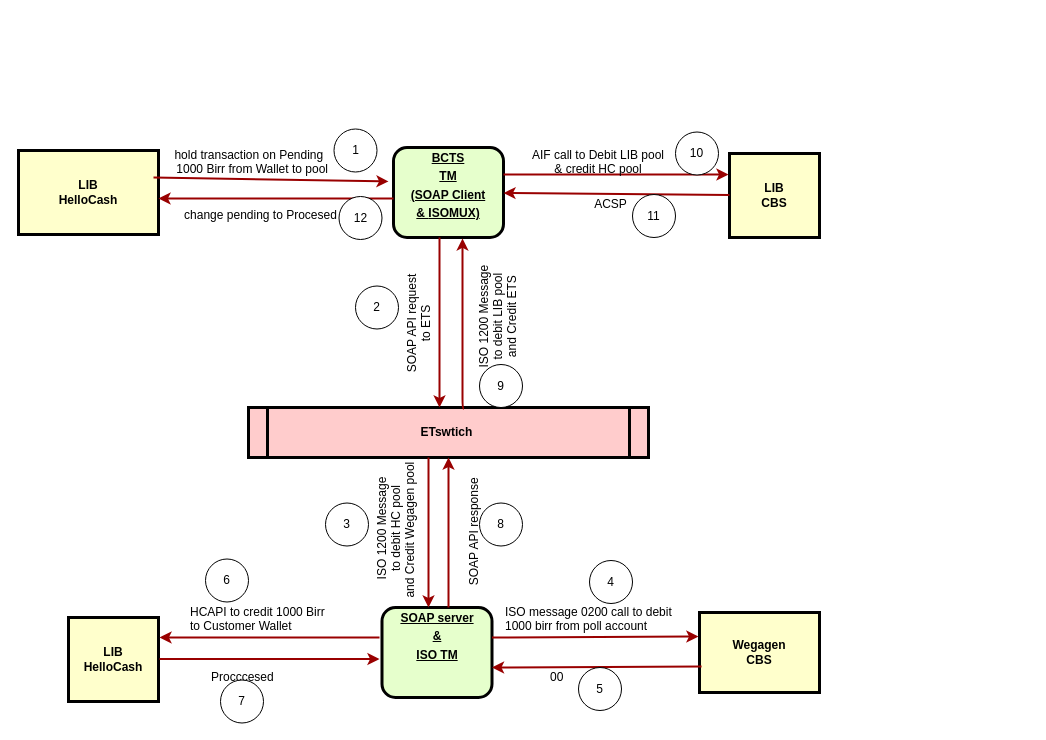
The draw.io diagram Untitled Diagram.drawio in asfaw66/habasha, before the edit. Source tidied: cells renumbered, new cells numbered last; positions are measured from the earlier drawing's top-left corner, leaving out a move shared by most shapes. Both pictures are drawn from the tidied source at 100%, with x=0, y=0 at pixel (18, 129).
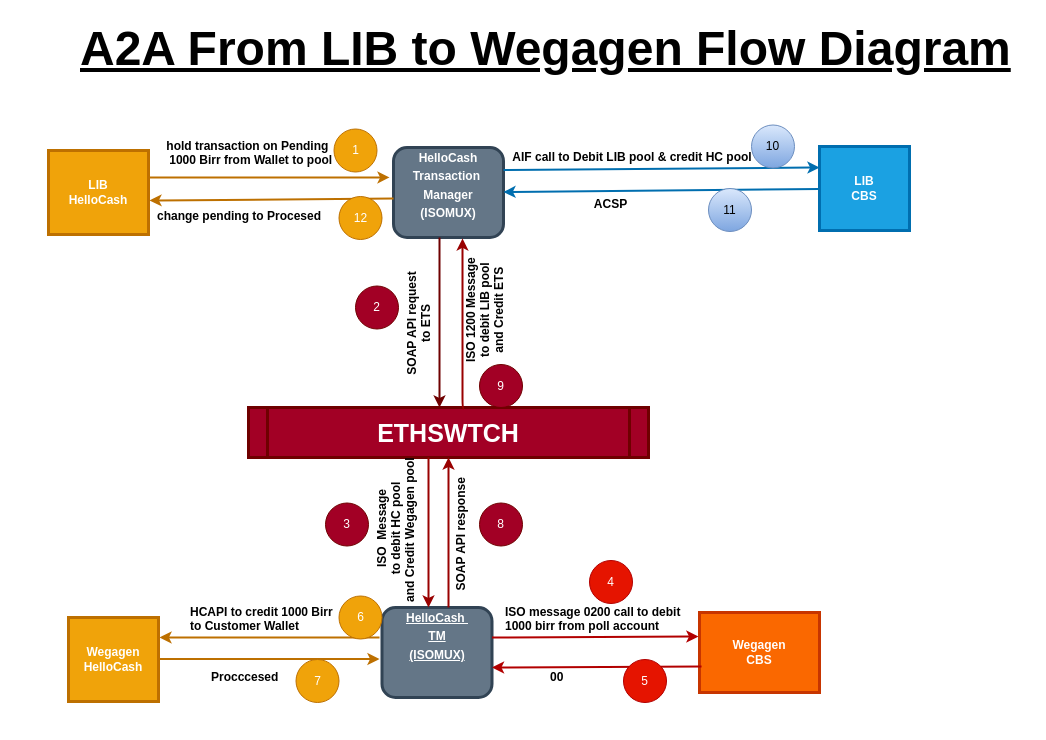
Above is the later version.

What changed in the source:
```diff
@@
-    <mxCell id="2" value="&lt;p style=&quot;margin: 0px ; margin-top: 4px ; text-align: center ; text-decoration: underline&quot;&gt;BCTS&lt;/p&gt;&lt;p style=&quot;margin: 0px ; margin-top: 4px ; text-align: center ; text-decoration: underline&quot;&gt;TM&lt;/p&gt;&lt;p style=&quot;margin: 0px ; margin-top: 4px ; text-align: center ; text-decoration: underline&quot;&gt;(SOAP Client&lt;/p&gt;&lt;p style=&quot;margin: 0px ; margin-top: 4px ; text-align: center ; text-decoration: underline&quot;&gt;&amp;amp;&amp;nbsp;&lt;span&gt;ISOMUX)&lt;/span&gt;&lt;/p&gt;" style="verticalAlign=middle;align=center;overflow=fill;fontSize=12;fontFamily=Helvetica;html=1;rounded=1;fontStyle=1;strokeWidth=3;fillColor=#E6FFCC;" parent="1" vertex="1">
+    <mxCell id="2" value="&lt;p style=&quot;margin: 4px 0px 0px ; text-align: center&quot;&gt;HelloCash&lt;/p&gt;&lt;p style=&quot;margin: 4px 0px 0px ; text-align: center&quot;&gt;Transaction&amp;nbsp;&lt;/p&gt;&lt;p style=&quot;margin: 4px 0px 0px ; text-align: center&quot;&gt;Manager&lt;/p&gt;&lt;p style=&quot;margin: 4px 0px 0px ; text-align: center&quot;&gt;(ISOMUX)&lt;/p&gt;" style="verticalAlign=middle;align=center;overflow=fill;fontSize=12;fontFamily=Helvetica;html=1;rounded=1;fontStyle=1;strokeWidth=3;fillColor=#647687;strokeColor=#314354;fontColor=#ffffff;" parent="1" vertex="1">
       <mxGeometry x="375" y="18" width="110" height="90" as="geometry" />
     </mxCell>
-    <mxCell id="3" value="LIB&#10;HelloCash" style="whiteSpace=wrap;align=center;verticalAlign=middle;fontStyle=1;strokeWidth=3;fillColor=#FFFFCC;" parent="1" vertex="1">
-      <mxGeometry y="21" width="140" height="84" as="geometry" />
+    <mxCell id="3" value="LIB&#10;HelloCash" style="whiteSpace=wrap;align=center;verticalAlign=middle;fontStyle=1;strokeWidth=3;fillColor=#f0a30a;strokeColor=#BD7000;fontColor=#ffffff;" parent="1" vertex="1">
+      <mxGeometry x="30" y="21" width="100" height="84" as="geometry" />
     </mxCell>
-    <mxCell id="4" value="LIB&#10;CBS" style="whiteSpace=wrap;align=center;verticalAlign=middle;fontStyle=1;strokeWidth=3;fillColor=#FFFFCC;" parent="1" vertex="1">
-      <mxGeometry x="711" y="24" width="90" height="84" as="geometry" />
+    <mxCell id="4" value="LIB&#10;CBS" style="whiteSpace=wrap;align=center;verticalAlign=middle;fontStyle=1;strokeWidth=3;fillColor=#1ba1e2;strokeColor=#006EAF;fontColor=#ffffff;" parent="1" vertex="1">
+      <mxGeometry x="801" y="17" width="90" height="84" as="geometry" />
     </mxCell>
-    <mxCell id="5" value="ETswtich " style="shape=process;whiteSpace=wrap;align=center;verticalAlign=middle;size=0.0475;fontStyle=1;strokeWidth=3;fillColor=#FFCCCC;" parent="1" vertex="1">
+    <mxCell id="5" value="&#10;ETHSWTCH&#10;" style="shape=process;whiteSpace=wrap;align=center;verticalAlign=middle;size=0.0475;fontStyle=1;strokeWidth=3;fillColor=#a20025;strokeColor=#6F0000;fontColor=#ffffff;fontSize=25;" parent="1" vertex="1">
       <mxGeometry x="230" y="278" width="400" height="50" as="geometry" />
     </mxCell>
-    <mxCell id="6" style="edgeStyle=none;noEdgeStyle=1;strokeColor=#990000;strokeWidth=2;" parent="1" edge="1">
+    <mxCell id="6" style="edgeStyle=none;noEdgeStyle=1;strokeColor=#BD7000;strokeWidth=2;fillColor=#f0a30a;entryX=-0.036;entryY=0.333;entryDx=0;entryDy=0;entryPerimeter=0;" parent="1" edge="1" target="2">
       <mxGeometry relative="1" as="geometry">
-        <mxPoint x="135" y="48" as="sourcePoint" />
-        <mxPoint x="370" y="52" as="targetPoint" />
+        <mxPoint x="130" y="48" as="sourcePoint" />
       </mxGeometry>
     </mxCell>
-    <mxCell id="7" style="edgeStyle=none;noEdgeStyle=1;strokeColor=#990000;strokeWidth=2;" parent="1" edge="1" source="4" target="2">
+    <mxCell id="7" style="edgeStyle=none;noEdgeStyle=1;strokeColor=#006EAF;strokeWidth=2;fillColor=#1ba1e2;" parent="1" edge="1" source="4" target="2">
       <mxGeometry relative="1" as="geometry" />
     </mxCell>
-    <mxCell id="8" value="&lt;p style=&quot;margin: 0px ; margin-top: 4px ; text-align: center ; text-decoration: underline&quot;&gt;SOAP server&lt;/p&gt;&lt;p style=&quot;margin: 0px ; margin-top: 4px ; text-align: center ; text-decoration: underline&quot;&gt;&amp;amp;&lt;/p&gt;&lt;p style=&quot;margin: 0px ; margin-top: 4px ; text-align: center ; text-decoration: underline&quot;&gt;ISO TM&lt;/p&gt;" style="verticalAlign=middle;align=center;overflow=fill;fontSize=12;fontFamily=Helvetica;html=1;rounded=1;fontStyle=1;strokeWidth=3;fillColor=#E6FFCC;" parent="1" vertex="1">
+    <mxCell id="8" value="&lt;p style=&quot;margin: 0px ; margin-top: 4px ; text-align: center ; text-decoration: underline&quot;&gt;HelloCash&amp;nbsp;&lt;/p&gt;&lt;p style=&quot;margin: 0px ; margin-top: 4px ; text-align: center ; text-decoration: underline&quot;&gt;TM&lt;/p&gt;&lt;p style=&quot;margin: 0px ; margin-top: 4px ; text-align: center ; text-decoration: underline&quot;&gt;(ISOMUX)&lt;/p&gt;" style="verticalAlign=middle;align=center;overflow=fill;fontSize=12;fontFamily=Helvetica;html=1;rounded=1;fontStyle=1;strokeWidth=3;fillColor=#647687;strokeColor=#314354;fontColor=#ffffff;" parent="1" vertex="1">
       <mxGeometry x="363.5" y="478" width="110" height="90" as="geometry" />
     </mxCell>
-    <mxCell id="9" style="edgeStyle=elbowEdgeStyle;elbow=horizontal;strokeColor=#990000;strokeWidth=2;" parent="1" edge="1" source="2" target="5">
+    <mxCell id="9" style="edgeStyle=elbowEdgeStyle;elbow=horizontal;strokeColor=#6F0000;strokeWidth=2;fillColor=#a20025;" parent="1" edge="1" source="2" target="5">
       <mxGeometry relative="1" as="geometry">
         <Array as="points">
           <mxPoint x="421" y="188" />
           <mxPoint x="300" y="248" />
         </Array>
       </mxGeometry>
     </mxCell>
@@
-    <mxCell id="12" value="SOAP API response  " style="text;spacingTop=-5;align=center;rotation=-90;" parent="1" vertex="1">
-      <mxGeometry x="413" y="373.5" width="117" height="49" as="geometry" />
+    <mxCell id="12" value="SOAP API response  " style="text;spacingTop=-5;align=center;rotation=-90;fontStyle=1;" parent="1" vertex="1">
+      <mxGeometry x="400" y="376" width="117" height="49" as="geometry" />
     </mxCell>
-    <mxCell id="13" value="ISO 1200 Message &#10;to debit HC pool &#10;and Credit Wegagen pool " style="text;spacingTop=-5;align=center;rotation=-90;" parent="1" vertex="1">
+    <mxCell id="13" value="ISO  Message &#10;to debit HC pool &#10;and Credit Wegagen pool " style="text;spacingTop=-5;align=center;rotation=-90;fontStyle=1;" parent="1" vertex="1">
       <mxGeometry x="350" y="388" width="30" height="20" as="geometry" />
     </mxCell>
-    <mxCell id="14" style="edgeStyle=none;noEdgeStyle=1;strokeColor=#990000;strokeWidth=2;" parent="1" edge="1">
-      <mxGeometry relative="1" as="geometry">
-        <mxPoint x="485" y="45" as="sourcePoint" />
-        <mxPoint x="710" y="45" as="targetPoint" />
-      </mxGeometry>
+    <mxCell id="14" style="edgeStyle=none;noEdgeStyle=1;strokeColor=#006EAF;strokeWidth=2;fillColor=#1ba1e2;exitX=1;exitY=0.25;exitDx=0;exitDy=0;entryX=0;entryY=0.25;entryDx=0;entryDy=0;" parent="1" edge="1" source="2" target="4">
+      <mxGeometry relative="1" as="geometry" />
     </mxCell>
@@
-    <mxCell id="16" value="Wegagen&#10;CBS" style="whiteSpace=wrap;align=center;verticalAlign=middle;fontStyle=1;strokeWidth=3;fillColor=#FFFFCC;" parent="1" vertex="1">
+    <mxCell id="16" value="Wegagen&#10;CBS" style="whiteSpace=wrap;align=center;verticalAlign=middle;fontStyle=1;strokeWidth=3;fillColor=#fa6800;strokeColor=#C73500;fontColor=#ffffff;" parent="1" vertex="1">
       <mxGeometry x="681" y="483" width="120" height="80" as="geometry" />
     </mxCell>
-    <mxCell id="17" value="LIB&#10;HelloCash" style="whiteSpace=wrap;align=center;verticalAlign=middle;fontStyle=1;strokeWidth=3;fillColor=#FFFFCC;" parent="1" vertex="1">
+    <mxCell id="17" value="Wegagen&#10;HelloCash" style="whiteSpace=wrap;align=center;verticalAlign=middle;fontStyle=1;strokeWidth=3;fillColor=#f0a30a;strokeColor=#BD7000;fontColor=#ffffff;" parent="1" vertex="1">
       <mxGeometry x="50" y="488" width="90" height="84" as="geometry" />
     </mxCell>
-    <mxCell id="18" style="edgeStyle=none;noEdgeStyle=1;strokeColor=#990000;strokeWidth=2;exitX=0.017;exitY=0.675;exitDx=0;exitDy=0;exitPerimeter=0;" parent="1" edge="1" source="16">
+    <mxCell id="18" style="edgeStyle=none;noEdgeStyle=1;strokeColor=#B20000;strokeWidth=2;exitX=0.017;exitY=0.675;exitDx=0;exitDy=0;exitPerimeter=0;fillColor=#e51400;" parent="1" edge="1" source="16">
       <mxGeometry relative="1" as="geometry">
         <mxPoint x="473.5" y="538" as="targetPoint" />
       </mxGeometry>
     </mxCell>
-    <mxCell id="19" style="edgeStyle=none;noEdgeStyle=1;strokeColor=#990000;strokeWidth=2;" parent="1" edge="1">
+    <mxCell id="19" style="edgeStyle=none;noEdgeStyle=1;strokeColor=#BD7000;strokeWidth=2;fillColor=#f0a30a;" parent="1" edge="1">
       <mxGeometry relative="1" as="geometry">
         <mxPoint x="361" y="508" as="sourcePoint" />
         <mxPoint x="141" y="508" as="targetPoint" />
       </mxGeometry>
     </mxCell>
-    <mxCell id="20" style="edgeStyle=none;noEdgeStyle=1;strokeColor=#990000;strokeWidth=2;entryX=1.026;entryY=1.133;entryDx=0;entryDy=0;entryPerimeter=0;" parent="1" edge="1" target="24">
+    <mxCell id="20" style="edgeStyle=none;noEdgeStyle=1;strokeColor=#B20000;strokeWidth=2;entryX=1.026;entryY=1.133;entryDx=0;entryDy=0;entryPerimeter=0;fillColor=#e51400;" parent="1" edge="1" target="24">
       <mxGeometry relative="1" as="geometry">
         <mxPoint x="473.5" y="508" as="sourcePoint" />
       </mxGeometry>
     </mxCell>
-    <mxCell id="21" style="edgeStyle=none;noEdgeStyle=1;strokeColor=#990000;strokeWidth=2;" parent="1" edge="1">
+    <mxCell id="21" style="edgeStyle=none;noEdgeStyle=1;strokeColor=#BD7000;strokeWidth=2;fillColor=#f0a30a;" parent="1" edge="1">
       <mxGeometry relative="1" as="geometry">
         <mxPoint x="141" y="529.5" as="sourcePoint" />
         <mxPoint x="361" y="529.5" as="targetPoint" />
       </mxGeometry>
     </mxCell>
-    <mxCell id="22" style="edgeStyle=none;noEdgeStyle=1;strokeColor=#990000;strokeWidth=2;" parent="1" edge="1">
+    <mxCell id="22" style="edgeStyle=none;noEdgeStyle=1;strokeColor=#BD7000;strokeWidth=2;fillColor=#f0a30a;entryX=1.01;entryY=0.595;entryDx=0;entryDy=0;entryPerimeter=0;" parent="1" edge="1" target="3">
       <mxGeometry relative="1" as="geometry">
         <mxPoint x="375" y="69.1" as="sourcePoint" />
-        <mxPoint x="140" y="69" as="targetPoint" />
       </mxGeometry>
     </mxCell>
-    <mxCell id="23" value="SOAP API request&#10; to ETS " style="text;spacingTop=-5;align=center;direction=north;rotation=-90;" parent="1" vertex="1">
+    <mxCell id="23" value="SOAP API request&#10; to ETS " style="text;spacingTop=-5;align=center;direction=north;rotation=-90;fontStyle=1;" parent="1" vertex="1">
       <mxGeometry x="390" y="178" width="20" height="30" as="geometry" />
     </mxCell>
-    <mxCell id="24" value="ISO message 0200 call to debit&amp;nbsp;&lt;br&gt;1000 birr from poll account" style="text;html=1;points=[];align=left;verticalAlign=top;spacingTop=-4;" parent="1" vertex="1">
+    <mxCell id="24" value="&lt;b&gt;ISO message 0200 call to debit&amp;nbsp;&lt;br&gt;1000 birr from poll account&lt;/b&gt;" style="text;html=1;points=[];align=left;verticalAlign=top;spacingTop=-4;" parent="1" vertex="1">
       <mxGeometry x="485" y="473" width="190" height="30" as="geometry" />
     </mxCell>
-    <mxCell id="25" value="00" style="text;html=1;align=left;verticalAlign=top;spacingTop=-4;" parent="1" vertex="1">
+    <mxCell id="25" value="&lt;b&gt;00&lt;/b&gt;" style="text;html=1;align=left;verticalAlign=top;spacingTop=-4;" parent="1" vertex="1">
       <mxGeometry x="530" y="538" width="30" height="20" as="geometry" />
     </mxCell>
-    <mxCell id="26" value="HCAPI to credit 1000 Birr&lt;br&gt;to Customer Wallet" style="text;html=1;align=left;verticalAlign=top;spacingTop=-4;" parent="1" vertex="1">
-      <mxGeometry x="170" y="473" width="150" height="30" as="geometry" />
+    <mxCell id="26" value="&lt;b&gt;HCAPI to credit 1000 Birr&lt;br&gt;to Customer Wallet&lt;/b&gt;" style="text;html=1;align=left;verticalAlign=top;spacingTop=-4;" parent="1" vertex="1">
+      <mxGeometry x="170" y="473" width="160" height="30" as="geometry" />
     </mxCell>
-    <mxCell id="27" value="Procccesed&amp;nbsp;" style="text;html=1;align=left;verticalAlign=top;spacingTop=-4;" parent="1" vertex="1">
-      <mxGeometry x="191" y="538" width="80" height="20" as="geometry" />
+    <mxCell id="27" value="&lt;b&gt;Procccesed&amp;nbsp;&lt;/b&gt;" style="text;html=1;align=left;verticalAlign=top;spacingTop=-4;" parent="1" vertex="1">
+      <mxGeometry x="191" y="538" width="90" height="20" as="geometry" />
     </mxCell>
-    <mxCell id="28" value="ISO 1200 Message &#10;to debit LIB pool &#10;and Credit ETS " style="text;spacingTop=-5;align=center;direction=north;rotation=-90;" parent="1" vertex="1">
-      <mxGeometry x="460.5" y="169.5" width="22" height="30" as="geometry" />
+    <mxCell id="28" value="ISO 1200 Message &#10;to debit LIB pool &#10;and Credit ETS " style="text;spacingTop=-5;align=center;direction=north;rotation=-90;fontStyle=1;" parent="1" vertex="1">
+      <mxGeometry x="447.5" y="163" width="22" height="30" as="geometry" />
     </mxCell>
-    <mxCell id="29" value="AIF call to Debit LIB pool&#10;&amp; credit HC pool" style="text;spacingTop=-5;align=center;" parent="1" vertex="1">
-      <mxGeometry x="567.5" y="17" width="25" height="44" as="geometry" />
+    <mxCell id="29" value="AIF call to Debit LIB pool &amp; credit HC pool" style="text;spacingTop=-5;align=center;fontStyle=1;" parent="1" vertex="1">
+      <mxGeometry x="601.5" y="19" width="25" height="44" as="geometry" />
     </mxCell>
-    <mxCell id="30" value="hold transaction on Pending &#10; 1000 Birr from Wallet to pool" style="text;spacingTop=-5;align=center;" parent="1" vertex="1">
-      <mxGeometry x="220" y="17" width="25" height="2" as="geometry" />
+    <mxCell id="30" value="hold transaction on Pending &#10; 1000 Birr from Wallet to pool" style="text;spacingTop=-5;align=center;fontStyle=1;" parent="1" vertex="1">
+      <mxGeometry x="218.5" y="8" width="25" height="2" as="geometry" />
     </mxCell>
-    <mxCell id="31" value="change pending to Procesed" style="text;spacingTop=-5;align=center;" parent="1" vertex="1">
-      <mxGeometry x="230" y="77" width="25" height="2" as="geometry" />
+    <mxCell id="31" value="change pending to Procesed" style="text;spacingTop=-5;align=center;fontStyle=1;" parent="1" vertex="1">
+      <mxGeometry x="208.5" y="78" width="25" height="2" as="geometry" />
     </mxCell>
-    <mxCell id="32" value="ACSP" style="text;spacingTop=-5;align=center;" parent="1" vertex="1">
+    <mxCell id="32" value="ACSP" style="text;spacingTop=-5;align=center;fontStyle=1;" parent="1" vertex="1">
       <mxGeometry x="580" y="66" width="25" height="44" as="geometry" />
     </mxCell>
-    <mxCell id="33" value="1" style="ellipse;whiteSpace=wrap;html=1;" parent="1" vertex="1">
+    <mxCell id="33" value="1" style="ellipse;whiteSpace=wrap;html=1;fillColor=#f0a30a;strokeColor=#BD7000;fontColor=#ffffff;" parent="1" vertex="1">
       <mxGeometry x="315.5" y="-0.5" width="43" height="43" as="geometry" />
     </mxCell>
-    <mxCell id="34" value="2" style="ellipse;whiteSpace=wrap;html=1;" parent="1" vertex="1">
+    <mxCell id="34" value="2" style="ellipse;whiteSpace=wrap;html=1;fillColor=#a20025;strokeColor=#6F0000;fontColor=#ffffff;" parent="1" vertex="1">
       <mxGeometry x="337" y="156.5" width="43" height="43" as="geometry" />
     </mxCell>
-    <mxCell id="35" value="3" style="ellipse;whiteSpace=wrap;html=1;" parent="1" vertex="1">
+    <mxCell id="35" value="3" style="ellipse;whiteSpace=wrap;html=1;fillColor=#a20025;strokeColor=#6F0000;fontColor=#ffffff;" parent="1" vertex="1">
       <mxGeometry x="307" y="373.5" width="43" height="43" as="geometry" />
     </mxCell>
-    <mxCell id="36" value="4" style="ellipse;whiteSpace=wrap;html=1;" parent="1" vertex="1">
+    <mxCell id="36" value="4" style="ellipse;whiteSpace=wrap;html=1;fillColor=#e51400;strokeColor=#B20000;fontColor=#ffffff;" parent="1" vertex="1">
       <mxGeometry x="571" y="431" width="43" height="43" as="geometry" />
     </mxCell>
-    <mxCell id="37" value="5" style="ellipse;whiteSpace=wrap;html=1;" parent="1" vertex="1">
-      <mxGeometry x="560" y="538" width="43" height="43" as="geometry" />
+    <mxCell id="37" value="5" style="ellipse;whiteSpace=wrap;html=1;fillColor=#e51400;strokeColor=#B20000;fontColor=#ffffff;" parent="1" vertex="1">
+      <mxGeometry x="605" y="530" width="43" height="43" as="geometry" />
     </mxCell>
-    <mxCell id="38" value="7" style="ellipse;whiteSpace=wrap;html=1;" parent="1" vertex="1">
-      <mxGeometry x="202" y="550.5" width="43" height="43" as="geometry" />
+    <mxCell id="38" value="7" style="ellipse;whiteSpace=wrap;html=1;fillColor=#f0a30a;strokeColor=#BD7000;fontColor=#ffffff;" parent="1" vertex="1">
+      <mxGeometry x="277.5" y="530" width="43" height="43" as="geometry" />
     </mxCell>
-    <mxCell id="39" value="9" style="ellipse;whiteSpace=wrap;html=1;" parent="1" vertex="1">
+    <mxCell id="39" value="9" style="ellipse;whiteSpace=wrap;html=1;fillColor=#a20025;strokeColor=#6F0000;fontColor=#ffffff;" parent="1" vertex="1">
       <mxGeometry x="461" y="235" width="43" height="43" as="geometry" />
     </mxCell>
-    <mxCell id="40" value="11" style="ellipse;whiteSpace=wrap;html=1;" parent="1" vertex="1">
-      <mxGeometry x="614" y="65" width="43" height="43" as="geometry" />
+    <mxCell id="40" value="11" style="ellipse;whiteSpace=wrap;html=1;gradientColor=#7ea6e0;fillColor=#dae8fc;strokeColor=#6c8ebf;" parent="1" vertex="1">
+      <mxGeometry x="690" y="59" width="43" height="43" as="geometry" />
     </mxCell>
-    <mxCell id="41" value="10" style="ellipse;whiteSpace=wrap;html=1;" parent="1" vertex="1">
-      <mxGeometry x="657" y="2.5" width="43" height="43" as="geometry" />
+    <mxCell id="41" value="10" style="ellipse;whiteSpace=wrap;html=1;fillColor=#dae8fc;strokeColor=#6c8ebf;gradientColor=#7ea6e0;" parent="1" vertex="1">
+      <mxGeometry x="733" y="-4.5" width="43" height="43" as="geometry" />
     </mxCell>
-    <mxCell id="42" value="12" style="ellipse;whiteSpace=wrap;html=1;" parent="1" vertex="1">
+    <mxCell id="42" value="12" style="ellipse;whiteSpace=wrap;html=1;fillColor=#f0a30a;strokeColor=#BD7000;fontColor=#ffffff;" parent="1" vertex="1">
       <mxGeometry x="320.5" y="67" width="43" height="43" as="geometry" />
     </mxCell>
-    <mxCell id="43" value="6" style="ellipse;whiteSpace=wrap;html=1;" parent="1" vertex="1">
-      <mxGeometry x="187" y="429.5" width="43" height="43" as="geometry" />
+    <mxCell id="43" value="6" style="ellipse;whiteSpace=wrap;html=1;fillColor=#f0a30a;strokeColor=#BD7000;fontColor=#ffffff;" parent="1" vertex="1">
+      <mxGeometry x="320.5" y="466.5" width="43" height="43" as="geometry" />
     </mxCell>
-    <mxCell id="44" value="8" style="ellipse;whiteSpace=wrap;html=1;" parent="1" vertex="1">
+    <mxCell id="44" value="8" style="ellipse;whiteSpace=wrap;html=1;fillColor=#a20025;strokeColor=#6F0000;fontColor=#ffffff;" parent="1" vertex="1">
       <mxGeometry x="461" y="373.5" width="43" height="43" as="geometry" />
     </mxCell>
+    <mxCell id="45" value="&lt;font style=&quot;font-size: 48px&quot;&gt;&lt;u&gt;&lt;b&gt;A2A From LIB to Wegagen Flow Diagram&lt;/b&gt;&lt;/u&gt;&lt;/font&gt;" style="text;html=1;align=left;verticalAlign=top;spacingTop=-4;" parent="1" vertex="1">
+      <mxGeometry x="60" y="-112" width="950" height="30" as="geometry" />
+    </mxCell>
```
